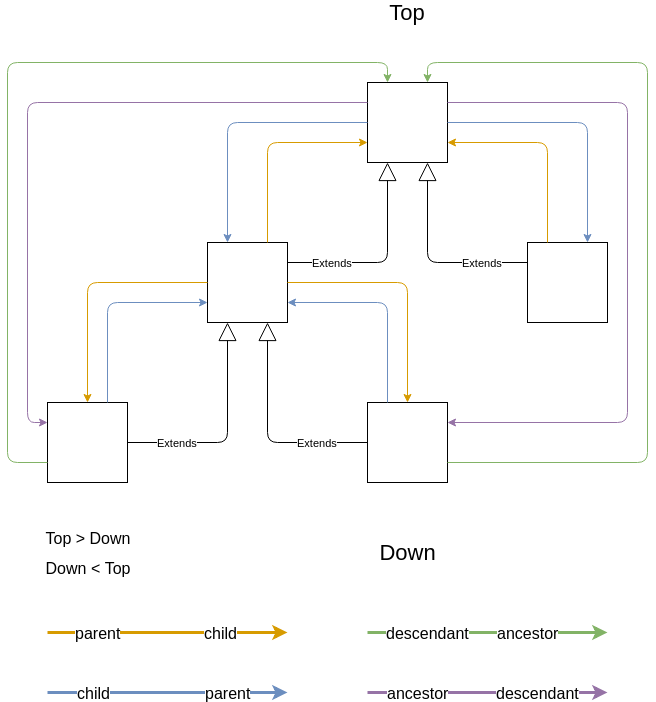
nauchikus/typescript-definitive-guide keeps this draw.io diagram as images/type-system/nominative-types-hierarchical-tree.png. Above is the earlier version. Source tidied: cells renumbered, new cells last; positions are measured from the earlier drawing's top-left corner, leaving out a move shared by most shapes.
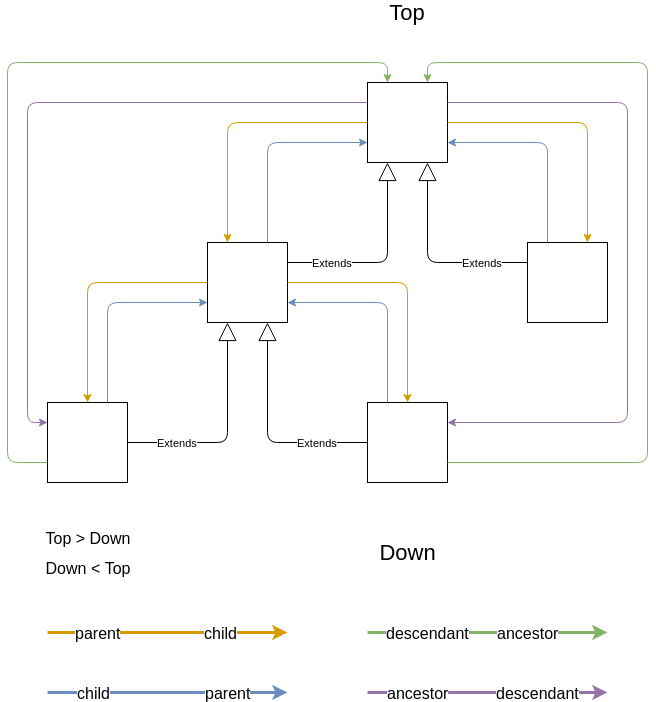
The same file after the commit.

What changed in the source:
```diff
@@ -45,14 +45,14 @@
         </Array>
       </mxGeometry>
     </mxCell>
-    <mxCell id="11" style="endArrow=classic;html=1;exitX=0.75;exitY=0;entryX=0;entryY=0.75;fillColor=#ffe6cc;strokeColor=#d79b00;" parent="1" edge="1" source="3" target="2">
+    <mxCell id="11" style="endArrow=classic;html=1;exitX=0.75;exitY=0;entryX=0;entryY=0.75;fillColor=#dae8fc;strokeColor=#6c8ebf;" parent="1" edge="1" source="3" target="2">
       <mxGeometry relative="1" as="geometry">
         <Array as="points">
           <mxPoint x="260" y="140" />
         </Array>
       </mxGeometry>
     </mxCell>
-    <mxCell id="12" style="endArrow=classic;html=1;entryX=0.25;entryY=0;exitX=0;exitY=0.5;fillColor=#dae8fc;strokeColor=#6c8ebf;" parent="1" edge="1" source="2" target="3">
+    <mxCell id="12" style="endArrow=classic;html=1;entryX=0.25;entryY=0;exitX=0;exitY=0.5;fillColor=#ffe6cc;strokeColor=#d79b00;" parent="1" edge="1" source="2" target="3">
       <mxGeometry relative="1" as="geometry">
         <Array as="points">
           <mxPoint x="220" y="120" />
@@ -87,14 +87,14 @@
         </Array>
       </mxGeometry>
     </mxCell>
-    <mxCell id="17" style="endArrow=classic;html=1;exitX=0.25;exitY=0;entryX=1;entryY=0.75;fillColor=#ffe6cc;strokeColor=#d79b00;" parent="1" edge="1" source="4" target="2">
+    <mxCell id="17" style="endArrow=classic;html=1;exitX=0.25;exitY=0;entryX=1;entryY=0.75;fillColor=#dae8fc;strokeColor=#6c8ebf;" parent="1" edge="1" source="4" target="2">
       <mxGeometry relative="1" as="geometry">
         <Array as="points">
           <mxPoint x="540" y="140" />
         </Array>
       </mxGeometry>
     </mxCell>
-    <mxCell id="18" style="endArrow=classic;html=1;entryX=0.75;entryY=0;exitX=1;exitY=0.5;fillColor=#dae8fc;strokeColor=#6c8ebf;" parent="1" edge="1" source="2" target="4">
+    <mxCell id="18" style="endArrow=classic;html=1;entryX=0.75;entryY=0;exitX=1;exitY=0.5;fillColor=#ffe6cc;strokeColor=#d79b00;" parent="1" edge="1" source="2" target="4">
       <mxGeometry relative="1" as="geometry">
         <Array as="points">
           <mxPoint x="580" y="120" />
```
